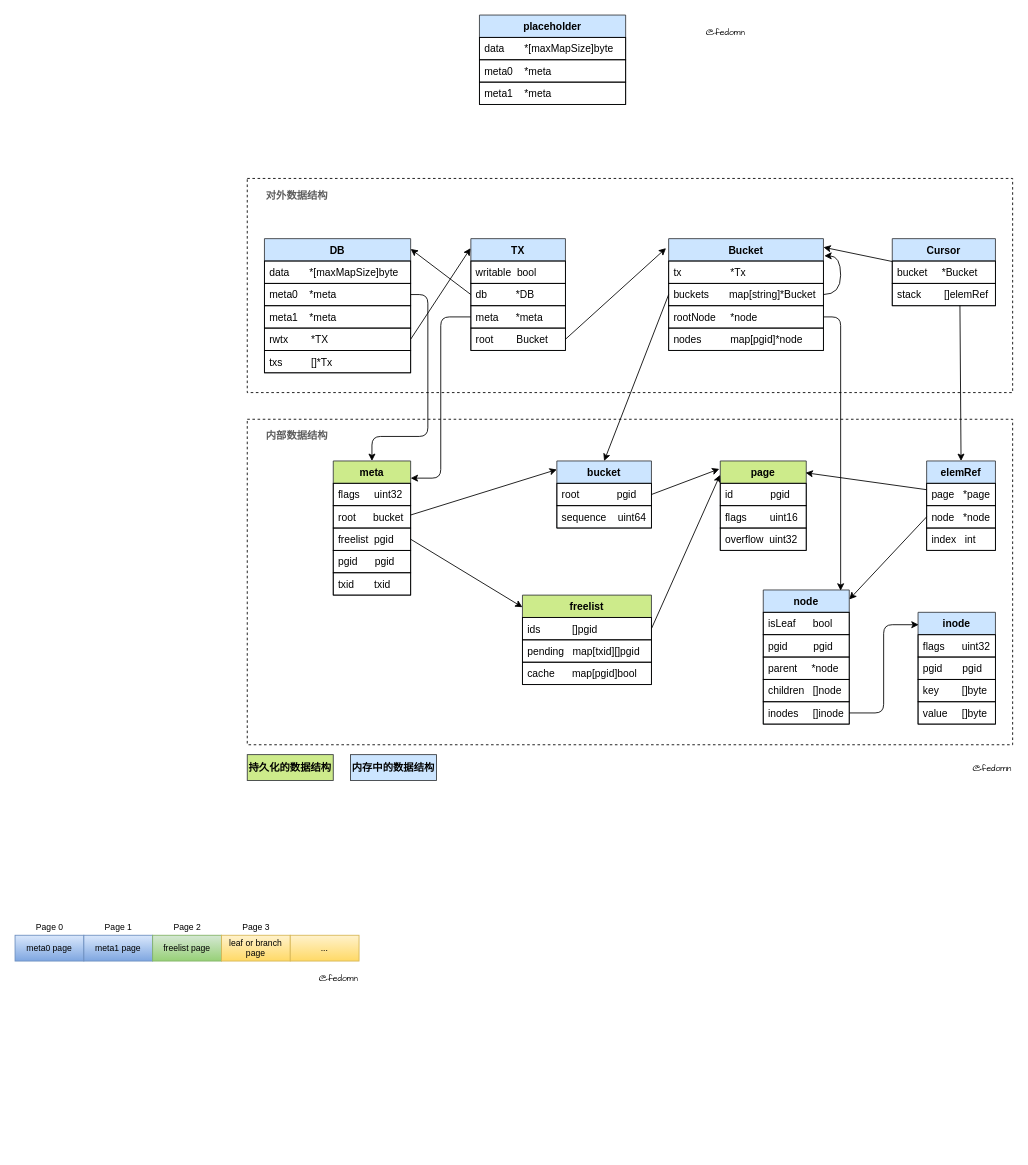
Earlier version of the draw.io diagram drawio/boltdb.drawio (Fedomn/misc-blog-assets). Source tidied: cells renumbered, new cells numbered last; positions are measured from the earlier drawing's top-left corner, leaving out a move shared by most shapes. Both pictures are drawn from the tidied source at 86%, with x=0, y=0 at pixel (15, 15).
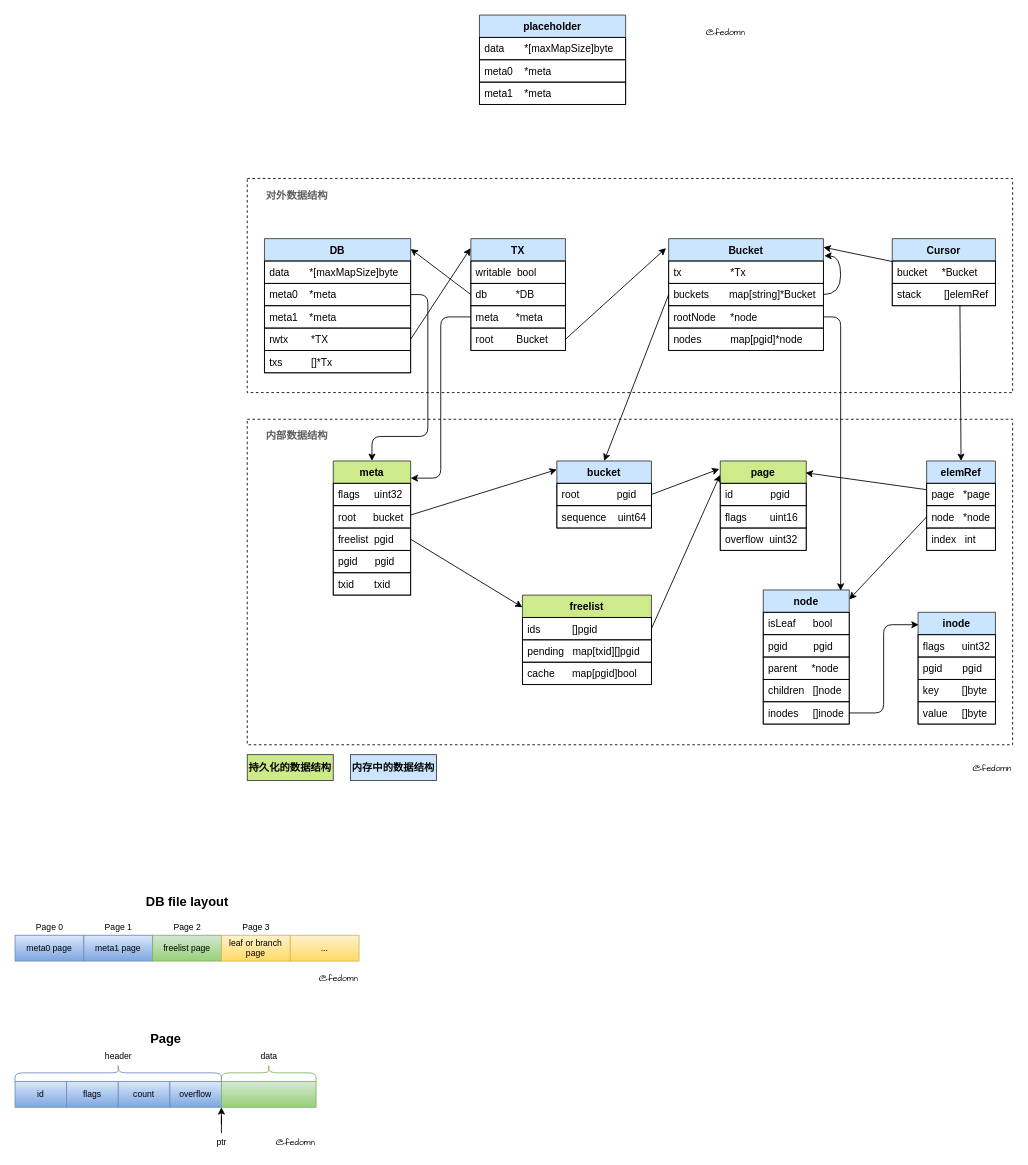
The same page after the edit.

What changed in the source:
```diff
@@
+    <mxCell id="92" value="&lt;font&gt;id&lt;/font&gt;" style="whiteSpace=wrap;html=1;fontFamily=Helvetica;fontSize=10;align=center;fontStyle=0;fillColor=#dae8fc;strokeColor=#6c8ebf;gradientColor=#7ea6e0;" parent="1" vertex="1">
+      <mxGeometry y="1240" width="60" height="30" as="geometry" />
+    </mxCell>
+    <mxCell id="93" value="&lt;font&gt;flags&lt;br&gt;&lt;/font&gt;" style="whiteSpace=wrap;html=1;fontFamily=Helvetica;fontSize=10;align=center;fontStyle=0;fillColor=#dae8fc;strokeColor=#6c8ebf;gradientColor=#7ea6e0;" parent="1" vertex="1">
+      <mxGeometry x="60" y="1240" width="60" height="30" as="geometry" />
+    </mxCell>
+    <mxCell id="94" value="&lt;font&gt;count&lt;/font&gt;" style="whiteSpace=wrap;html=1;fontFamily=Helvetica;fontSize=10;align=center;fontStyle=0;fillColor=#dae8fc;strokeColor=#6c8ebf;gradientColor=#7ea6e0;" parent="1" vertex="1">
+      <mxGeometry x="120" y="1240" width="60" height="30" as="geometry" />
+    </mxCell>
+    <mxCell id="95" value="&lt;font&gt;overflow&lt;/font&gt;" style="whiteSpace=wrap;html=1;fontFamily=Helvetica;fontSize=10;align=center;fontStyle=0;fillColor=#dae8fc;strokeColor=#6c8ebf;gradientColor=#7ea6e0;" parent="1" vertex="1">
+      <mxGeometry x="180" y="1240" width="60" height="30" as="geometry" />
+    </mxCell>
+    <mxCell id="96" style="whiteSpace=wrap;html=1;fontFamily=Helvetica;fontSize=10;align=center;fontStyle=0;fillColor=#d5e8d4;strokeColor=#82b366;gradientColor=#97d077;" parent="1" vertex="1">
+      <mxGeometry x="240" y="1240" width="110" height="30" as="geometry" />
+    </mxCell>
+    <mxCell id="97" style="edgeStyle=orthogonalEdgeStyle;rounded=0;jettySize=auto;html=1;entryX=0;entryY=1;entryDx=0;entryDy=0;fontFamily=Helvetica;fontSize=10;" parent="1" edge="1" source="98" target="96">
+      <mxGeometry relative="1" as="geometry" />
+    </mxCell>
+    <mxCell id="98" value="ptr" style="text;html=1;align=center;verticalAlign=middle;points=[];fillColor=none;strokeColor=none;rounded=0;fontFamily=Helvetica;fontSize=10;" parent="1" vertex="1">
+      <mxGeometry x="225" y="1300" width="30" height="20" as="geometry" />
+    </mxCell>
+    <mxCell id="99" style="shape=curlyBracket;whiteSpace=wrap;html=1;rounded=1;gradientColor=#7ea6e0;fontFamily=Helvetica;fontSize=10;align=center;rotation=90;fillColor=#dae8fc;strokeColor=#6c8ebf;" parent="1" vertex="1">
+      <mxGeometry x="110" y="1110" width="20" height="240" as="geometry" />
+    </mxCell>
+    <mxCell id="100" style="shape=curlyBracket;whiteSpace=wrap;html=1;rounded=1;gradientColor=#97d077;fontFamily=Helvetica;fontSize=10;align=center;rotation=90;fillColor=#d5e8d4;strokeColor=#82b366;" parent="1" vertex="1">
+      <mxGeometry x="285" y="1175" width="20" height="110" as="geometry" />
+    </mxCell>
+    <mxCell id="101" value="header" style="text;html=1;align=center;verticalAlign=middle;fillColor=none;strokeColor=none;rounded=0;fontFamily=Helvetica;fontSize=10;" parent="1" vertex="1">
+      <mxGeometry x="95" y="1200" width="50" height="20" as="geometry" />
+    </mxCell>
+    <mxCell id="102" value="data" style="text;html=1;align=center;verticalAlign=middle;fillColor=none;strokeColor=none;rounded=0;fontFamily=Helvetica;fontSize=10;" parent="1" vertex="1">
+      <mxGeometry x="280" y="1200" width="30" height="20" as="geometry" />
+    </mxCell>
+    <mxCell id="103" value="@fedomn" style="text;html=1;align=right;verticalAlign=middle;fillColor=none;strokeColor=none;rounded=0;fontStyle=0;fontFamily=Comic Sans MS;fontSize=10;" parent="1" vertex="1">
+      <mxGeometry x="290" y="1300" width="60" height="20" as="geometry" />
+    </mxCell>
+    <mxCell id="104" value="&lt;b&gt;&lt;font style=&quot;font-size: 15px&quot;&gt;Page&lt;/font&gt;&lt;/b&gt;" style="text;html=1;align=center;verticalAlign=middle;fillColor=none;strokeColor=none;rounded=0;fontFamily=Helvetica;fontSize=10;" parent="1" vertex="1">
+      <mxGeometry x="150" y="1180" width="50" height="20" as="geometry" />
+    </mxCell>
+    <mxCell id="105" value="&lt;b&gt;&lt;font style=&quot;font-size: 15px&quot;&gt;DB file layout&lt;/font&gt;&lt;/b&gt;" style="text;html=1;align=center;verticalAlign=middle;fillColor=none;strokeColor=none;rounded=0;fontFamily=Helvetica;fontSize=10;" parent="1" vertex="1">
+      <mxGeometry x="145" y="1020" width="110" height="20" as="geometry" />
+    </mxCell>
```
